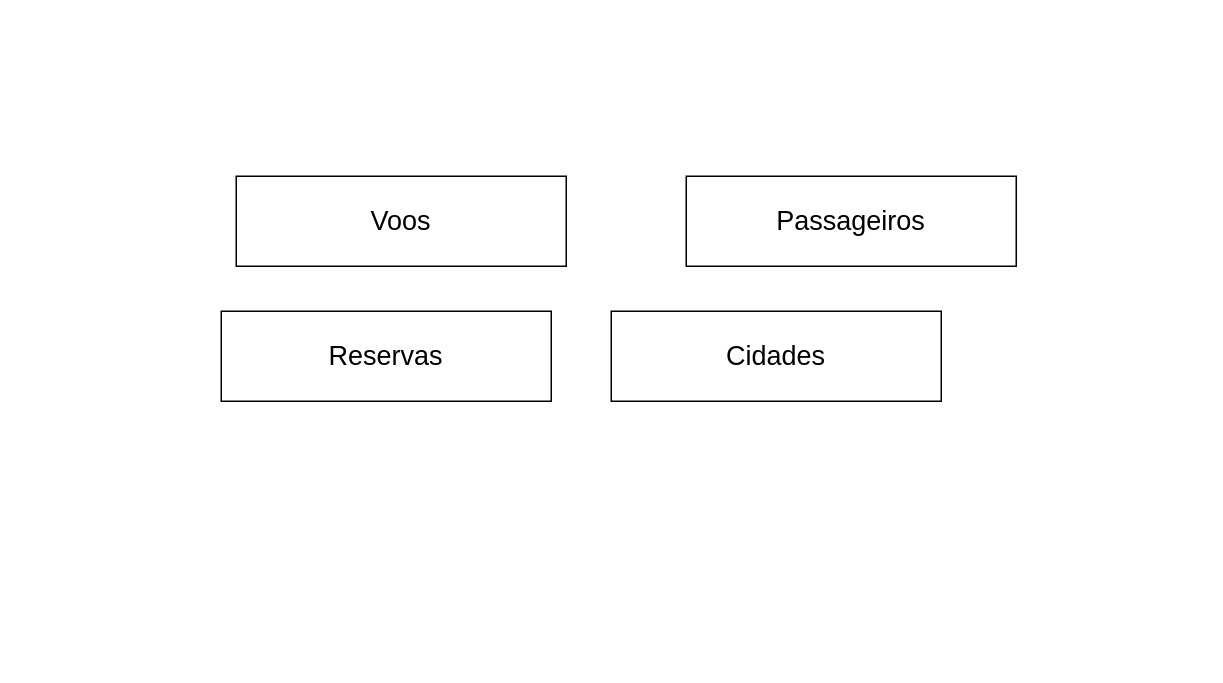
Earlier version of the draw.io diagram Facul/Untitled Diagram.drawio (HansRafael/projects). Source tidied: cells renumbered, new cells numbered last; positions are measured from the earlier drawing's top-left corner, leaving out a move shared by most shapes. Both pictures are drawn from the tidied source at 150%, with x=0, y=0 at pixel (220, 176).
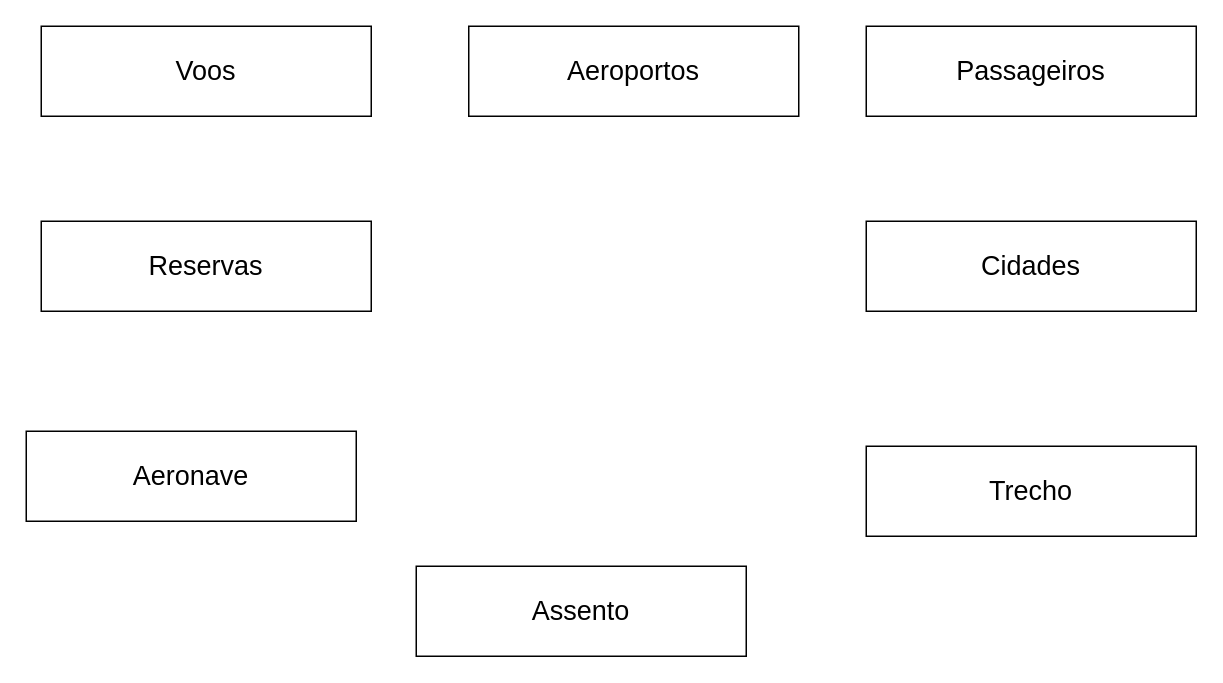
The same diagram, later.

Diff of the diagram source:
```diff
@@
 <mxGraphModel>
   <root>
     <mxCell id="0" />
     <mxCell id="1" parent="0" />
     <mxCell id="2" value="&lt;font style=&quot;font-size: 18px&quot;&gt;Voos&lt;/font&gt;" style="rounded=0;whiteSpace=wrap;html=1;" parent="1" vertex="1">
-      <mxGeometry x="10" width="220" height="60" as="geometry" />
+      <mxGeometry x="-120" y="-100" width="220" height="60" as="geometry" />
     </mxCell>
     <mxCell id="3" value="&lt;span style=&quot;font-size: 18px&quot;&gt;Reservas&lt;/span&gt;" style="rounded=0;whiteSpace=wrap;html=1;" parent="1" vertex="1">
-      <mxGeometry y="90" width="220" height="60" as="geometry" />
+      <mxGeometry x="-120" y="30" width="220" height="60" as="geometry" />
     </mxCell>
     <mxCell id="4" value="&lt;font style=&quot;font-size: 18px&quot;&gt;Passageiros&lt;/font&gt;" style="rounded=0;whiteSpace=wrap;html=1;" parent="1" vertex="1">
-      <mxGeometry x="310" width="220" height="60" as="geometry" />
+      <mxGeometry x="430" y="-100" width="220" height="60" as="geometry" />
     </mxCell>
     <mxCell id="5" value="&lt;font style=&quot;font-size: 18px&quot;&gt;Cidades&lt;/font&gt;" style="rounded=0;whiteSpace=wrap;html=1;" parent="1" vertex="1">
-      <mxGeometry x="260" y="90" width="220" height="60" as="geometry" />
+      <mxGeometry x="430" y="30" width="220" height="60" as="geometry" />
     </mxCell>
+    <mxCell id="6" value="&lt;span style=&quot;font-size: 18px&quot;&gt;Aeroportos&lt;/span&gt;" style="rounded=0;whiteSpace=wrap;html=1;" parent="1" vertex="1">
+      <mxGeometry x="165" y="-100" width="220" height="60" as="geometry" />
+    </mxCell>
+    <mxCell id="7" value="&lt;span style=&quot;font-size: 18px&quot;&gt;Trecho&lt;/span&gt;" style="rounded=0;whiteSpace=wrap;html=1;" parent="1" vertex="1">
+      <mxGeometry x="430" y="180" width="220" height="60" as="geometry" />
+    </mxCell>
+    <mxCell id="8" value="&lt;span style=&quot;font-size: 18px&quot;&gt;Aeronave&lt;/span&gt;" style="rounded=0;whiteSpace=wrap;html=1;" parent="1" vertex="1">
+      <mxGeometry x="-130" y="170" width="220" height="60" as="geometry" />
+    </mxCell>
+    <mxCell id="9" value="&lt;span style=&quot;font-size: 18px&quot;&gt;Assento&lt;/span&gt;" style="rounded=0;whiteSpace=wrap;html=1;" parent="1" vertex="1">
+      <mxGeometry x="130" y="260" width="220" height="60" as="geometry" />
+    </mxCell>
   </root>
 </mxGraphModel>
```
